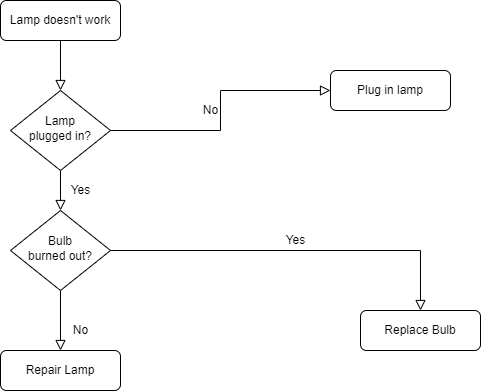
LanXiu-0523/Image_host keeps this draw.io diagram as draw.io/OneFlow/Untitled Diagram.drawio.png. Above is the earlier version. Source tidied: cells renumbered, new cells last; positions are measured from the earlier drawing's top-left corner, leaving out a move shared by most shapes.
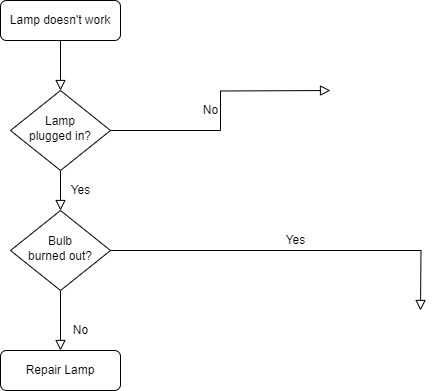
After the commit.

Change to the diagram source:
```diff
@@ -11,20 +11,21 @@
     <mxCell id="4" value="Yes" style="rounded=0;html=1;jettySize=auto;fontSize=11;endArrow=block;endFill=0;endSize=8;strokeWidth=1;shadow=0;labelBackgroundColor=none;edgeStyle=orthogonalEdgeStyle;" parent="1" edge="1" source="6" target="10">
       <mxGeometry y="20" relative="1" as="geometry" />
     </mxCell>
-    <mxCell id="5" value="No" style="edgeStyle=orthogonalEdgeStyle;rounded=0;html=1;jettySize=auto;fontSize=11;endArrow=block;endFill=0;endSize=8;strokeWidth=1;shadow=0;labelBackgroundColor=none;" parent="1" edge="1" source="6" target="7">
-      <mxGeometry y="10" relative="1" as="geometry" />
+    <mxCell id="5" value="No" style="edgeStyle=orthogonalEdgeStyle;rounded=0;html=1;jettySize=auto;fontSize=11;endArrow=block;endFill=0;endSize=8;strokeWidth=1;shadow=0;labelBackgroundColor=none;" parent="1" edge="1" source="6">
+      <mxGeometry y="10" relative="1" as="geometry">
+        <mxPoint x="330" y="90" as="targetPoint" />
+      </mxGeometry>
     </mxCell>
     <mxCell id="6" value="Lamp&lt;br&gt;plugged in?" style="rhombus;whiteSpace=wrap;html=1;shadow=0;fontFamily=Helvetica;fontSize=12;align=center;strokeWidth=1;spacing=6;spacingTop=-4;" parent="1" vertex="1">
       <mxGeometry x="10" y="90" width="100" height="80" as="geometry" />
     </mxCell>
-    <mxCell id="7" value="Plug in lamp" style="rounded=1;whiteSpace=wrap;html=1;fontSize=12;glass=0;strokeWidth=1;shadow=0;" parent="1" vertex="1">
-      <mxGeometry x="330" y="70" width="120" height="40" as="geometry" />
-    </mxCell>
     <mxCell id="8" value="No" style="rounded=0;html=1;jettySize=auto;fontSize=11;endArrow=block;endFill=0;endSize=8;strokeWidth=1;shadow=0;labelBackgroundColor=none;edgeStyle=orthogonalEdgeStyle;" parent="1" edge="1" source="10" target="11">
       <mxGeometry x="0.33" y="20" relative="1" as="geometry" />
     </mxCell>
-    <mxCell id="9" value="Yes" style="edgeStyle=orthogonalEdgeStyle;rounded=0;html=1;jettySize=auto;fontSize=11;endArrow=block;endFill=0;endSize=8;strokeWidth=1;shadow=0;labelBackgroundColor=none;" parent="1" edge="1" source="10" target="12">
-      <mxGeometry y="10" relative="1" as="geometry" />
+    <mxCell id="9" value="Yes" style="edgeStyle=orthogonalEdgeStyle;rounded=0;html=1;jettySize=auto;fontSize=11;endArrow=block;endFill=0;endSize=8;strokeWidth=1;shadow=0;labelBackgroundColor=none;" parent="1" edge="1" source="10">
+      <mxGeometry y="10" relative="1" as="geometry">
+        <mxPoint x="420" y="310" as="targetPoint" />
+      </mxGeometry>
     </mxCell>
     <mxCell id="10" value="Bulb&lt;br&gt;burned out?" style="rhombus;whiteSpace=wrap;html=1;shadow=0;fontFamily=Helvetica;fontSize=12;align=center;strokeWidth=1;spacing=6;spacingTop=-4;" parent="1" vertex="1">
       <mxGeometry x="10" y="210" width="100" height="80" as="geometry" />
@@ -32,8 +33,5 @@
     <mxCell id="11" value="Repair Lamp" style="rounded=1;whiteSpace=wrap;html=1;fontSize=12;glass=0;strokeWidth=1;shadow=0;" parent="1" vertex="1">
       <mxGeometry y="350" width="120" height="40" as="geometry" />
     </mxCell>
-    <mxCell id="12" value="Replace Bulb" style="rounded=1;whiteSpace=wrap;html=1;fontSize=12;glass=0;strokeWidth=1;shadow=0;" parent="1" vertex="1">
-      <mxGeometry x="360" y="310" width="120" height="40" as="geometry" />
-    </mxCell>
   </root>
 </mxGraphModel>
```
